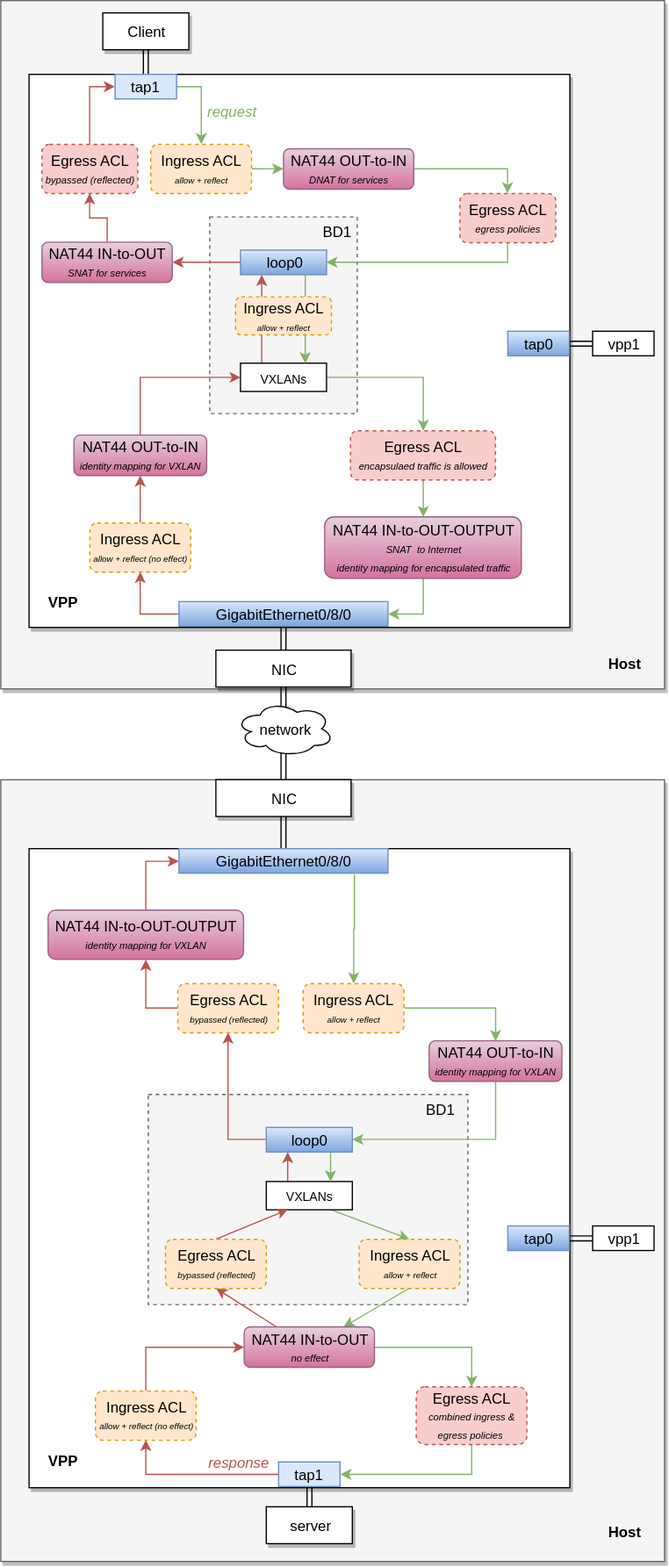
Before: docs/dev-guide/pod-to-pod-on-another-node.svg, a diagram exported from draw.io (contiv/vpp). Source tidied: cells renumbered, new cells last; positions are measured from the earlier drawing's top-left corner, leaving out a move shared by most shapes.
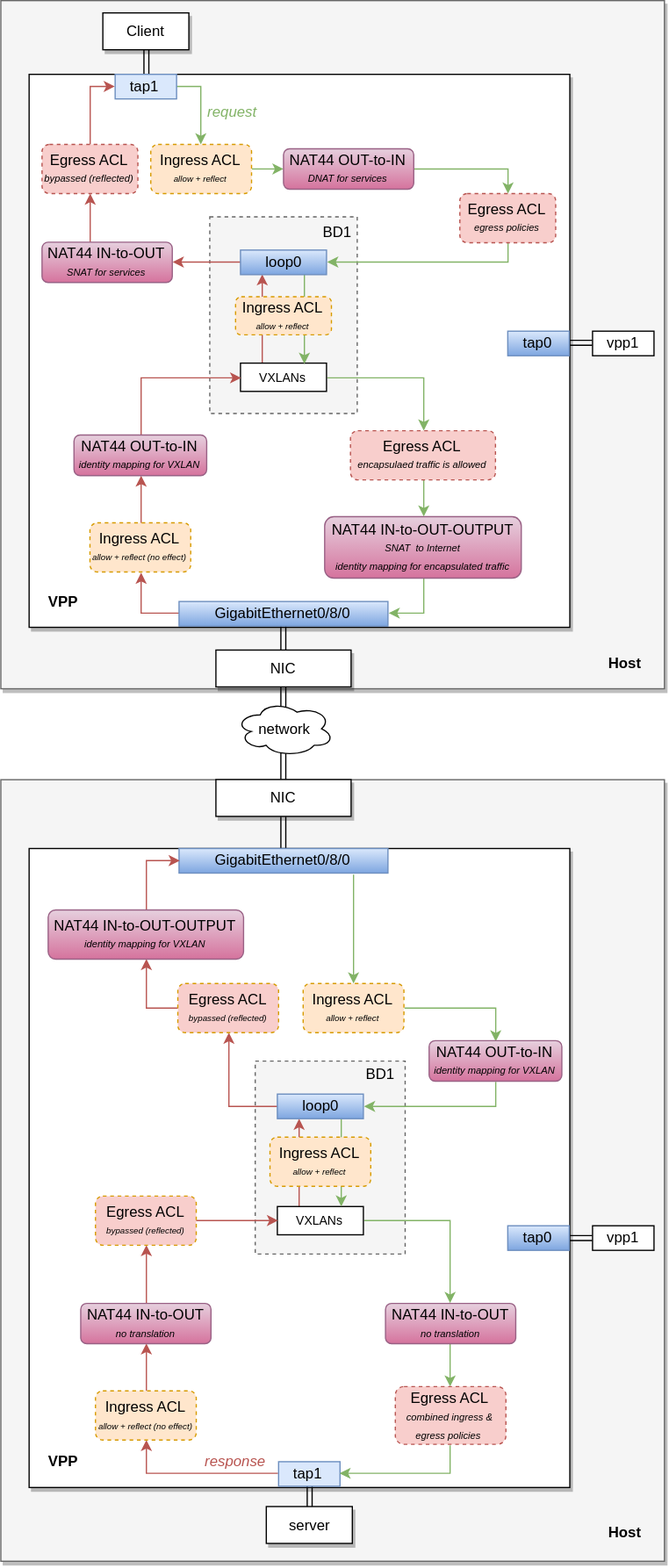
Above is the later version.

The edit, as a diff of the source:
```diff
@@ -9,7 +9,7 @@
       <mxGeometry x="23" y="690" width="440" height="520" as="geometry" />
     </mxCell>
     <mxCell id="4" style="rounded=0;whiteSpace=wrap;html=1;shadow=0;fillColor=#f5f5f5;strokeColor=#666666;dashed=1;" parent="1" vertex="1">
-      <mxGeometry x="120" y="890" width="260" height="171" as="geometry" />
+      <mxGeometry x="207" y="863" width="122" height="157" as="geometry" />
     </mxCell>
     <mxCell id="5" style="rounded=0;whiteSpace=wrap;html=1;fillColor=#f5f5f5;strokeColor=#666666;shadow=1;" parent="1" vertex="1">
       <mxGeometry width="540" height="560" as="geometry" />
@@ -183,67 +183,64 @@
     <mxCell id="60" value="&lt;span&gt;NAT44 OUT-to-IN&lt;br&gt;&lt;i&gt;&lt;font style=&quot;font-size: 8px&quot;&gt;identity mapping for VXLAN&lt;/font&gt;&lt;/i&gt;&lt;br&gt;&lt;/span&gt;" style="rounded=1;whiteSpace=wrap;html=1;fillColor=#e6d0de;strokeColor=#996185;gradientColor=#d5739d;" parent="1" vertex="1">
       <mxGeometry x="348.5" y="846.4" width="108" height="33" as="geometry" />
     </mxCell>
-    <mxCell id="61" style="edgeStyle=none;rounded=0;html=1;exitX=0.75;exitY=1;entryX=0.5;entryY=0;jettySize=auto;fillColor=#d5e8d4;strokeColor=#82b366;gradientColor=#97d077;" parent="1" edge="1" source="63" target="69">
-      <mxGeometry relative="1" as="geometry" />
-    </mxCell>
-    <mxCell id="62" style="edgeStyle=none;rounded=0;html=1;exitX=0.25;exitY=0;entryX=0.25;entryY=1;jettySize=auto;fillColor=#f8cecc;strokeColor=#b85450;gradientColor=#ea6b66;" parent="1" edge="1" source="63" target="66">
+    <mxCell id="62" style="edgeStyle=orthogonalEdgeStyle;rounded=0;html=1;exitX=0.25;exitY=0;entryX=0.25;entryY=1;jettySize=auto;fillColor=#f8cecc;strokeColor=#b85450;" parent="1" edge="1" source="63" target="66">
       <mxGeometry relative="1" as="geometry" />
     </mxCell>
+    <mxCell id="90" style="edgeStyle=orthogonalEdgeStyle;rounded=0;html=1;exitX=1;exitY=0.5;entryX=0.5;entryY=0;jettySize=auto;fillColor=#d5e8d4;strokeColor=#82b366;" parent="1" edge="1" source="63" target="72">
+      <mxGeometry relative="1" as="geometry" />
+    </mxCell>
     <mxCell id="63" value="&lt;font style=&quot;font-size: 10px&quot;&gt;VXLANs&lt;/font&gt;" style="rounded=0;whiteSpace=wrap;html=1;shadow=0;fillColor=#ffffff;strokeColor=#000000;" parent="1" vertex="1">
-      <mxGeometry x="216" y="960.9" width="70" height="23" as="geometry" />
+      <mxGeometry x="225" y="981.4" width="70" height="23" as="geometry" />
     </mxCell>
+    <mxCell id="65" style="edgeStyle=orthogonalEdgeStyle;rounded=0;html=1;exitX=0;exitY=0.5;entryX=0.5;entryY=1;jettySize=auto;fillColor=#f8cecc;strokeColor=#b85450;gradientColor=#ea6b66;" parent="1" edge="1" source="66" target="81">
+      <mxGeometry relative="1" as="geometry" />
+    </mxCell>
-    <mxCell id="64" style="edgeStyle=none;rounded=0;html=1;exitX=0.75;exitY=1;entryX=0.75;entryY=0;jettySize=auto;fillColor=#d5e8d4;strokeColor=#82b366;gradientColor=#97d077;" parent="1" edge="1" source="66" target="63">
+    <mxCell id="64" style="edgeStyle=orthogonalEdgeStyle;rounded=0;html=1;exitX=0.75;exitY=1;entryX=0.75;entryY=0;jettySize=auto;fillColor=#d5e8d4;strokeColor=#82b366;" parent="1" edge="1" source="66" target="63">
       <mxGeometry relative="1" as="geometry" />
     </mxCell>
-    <mxCell id="65" style="edgeStyle=orthogonalEdgeStyle;rounded=0;html=1;exitX=0;exitY=0.5;entryX=0.5;entryY=1;jettySize=auto;fillColor=#f8cecc;strokeColor=#b85450;gradientColor=#ea6b66;" parent="1" edge="1" source="66" target="81">
-      <mxGeometry relative="1" as="geometry" />
-    </mxCell>
     <mxCell id="66" value="loop0" style="rounded=0;whiteSpace=wrap;html=1;shadow=0;fillColor=#dae8fc;strokeColor=#6c8ebf;gradientColor=#7ea6e0;" parent="1" vertex="1">
-      <mxGeometry x="216" y="916.9" width="70" height="20" as="geometry" />
+      <mxGeometry x="225" y="889.9" width="70" height="20" as="geometry" />
     </mxCell>
     <mxCell id="67" value="BD1" style="text;html=1;strokeColor=none;fillColor=none;align=center;verticalAlign=middle;whiteSpace=wrap;rounded=0;shadow=0;" parent="1" vertex="1">
-      <mxGeometry x="338" y="891.9" width="40" height="20" as="geometry" />
+      <mxGeometry x="289" y="862.9" width="40" height="20" as="geometry" />
     </mxCell>
-    <mxCell id="68" style="rounded=0;html=1;exitX=0.5;exitY=1;jettySize=auto;fillColor=#d5e8d4;strokeColor=#82b366;gradientColor=#97d077;" parent="1" edge="1" source="69" target="72">
-      <mxGeometry relative="1" as="geometry" />
-    </mxCell>
     <mxCell id="69" value="Ingress ACL&lt;br&gt;&lt;span&gt;&lt;i&gt;&lt;font style=&quot;font-size: 7px&quot;&gt;allow + reflect&lt;/font&gt;&lt;/i&gt;&lt;/span&gt;&lt;br&gt;" style="rounded=1;whiteSpace=wrap;html=1;shadow=0;dashed=1;fillColor=#ffe6cc;strokeColor=#d79b00;" parent="1" vertex="1">
-      <mxGeometry x="291.5" y="1007.9" width="82" height="40" as="geometry" />
+      <mxGeometry x="219" y="924.9" width="82" height="40" as="geometry" />
     </mxCell>
-    <mxCell id="70" style="edgeStyle=orthogonalEdgeStyle;rounded=0;html=1;exitX=1;exitY=0.5;jettySize=auto;fillColor=#d5e8d4;strokeColor=#82b366;gradientColor=#97d077;" parent="1" edge="1" source="72" target="74">
+    <mxCell id="70" style="edgeStyle=orthogonalEdgeStyle;rounded=0;html=1;exitX=0.5;exitY=1;jettySize=auto;fillColor=#d5e8d4;strokeColor=#82b366;" parent="1" edge="1" source="72" target="74">
       <mxGeometry relative="1" as="geometry" />
     </mxCell>
-    <mxCell id="71" style="edgeStyle=none;rounded=0;html=1;exitX=0.25;exitY=0;entryX=0.5;entryY=1;jettySize=auto;fillColor=#f8cecc;strokeColor=#b85450;gradientColor=#ea6b66;" parent="1" edge="1" source="72" target="79">
-      <mxGeometry relative="1" as="geometry" />
-    </mxCell>
-    <mxCell id="72" value="&lt;span&gt;NAT44 IN-to-OUT&lt;br&gt;&lt;i&gt;&lt;font style=&quot;font-size: 8px&quot;&gt;no effect&lt;/font&gt;&lt;/i&gt;&lt;br&gt;&lt;/span&gt;" style="rounded=1;whiteSpace=wrap;html=1;fillColor=#e6d0de;strokeColor=#996185;gradientColor=#d5739d;" parent="1" vertex="1">
-      <mxGeometry x="198" y="1079.2" width="106" height="32.8" as="geometry" />
+    <mxCell id="72" value="&lt;span&gt;NAT44 IN-to-OUT&lt;br&gt;&lt;i&gt;&lt;font style=&quot;font-size: 8px&quot;&gt;no translation&lt;/font&gt;&lt;/i&gt;&lt;br&gt;&lt;/span&gt;" style="rounded=1;whiteSpace=wrap;html=1;fillColor=#e6d0de;strokeColor=#996185;gradientColor=#d5739d;" parent="1" vertex="1">
+      <mxGeometry x="313" y="1060.2" width="106" height="32.8" as="geometry" />
     </mxCell>
     <mxCell id="73" style="edgeStyle=orthogonalEdgeStyle;rounded=0;html=1;exitX=0.5;exitY=1;entryX=1;entryY=0.5;jettySize=auto;fillColor=#d5e8d4;strokeColor=#82b366;gradientColor=#97d077;" parent="1" edge="1" source="74" target="51">
       <mxGeometry relative="1" as="geometry" />
     </mxCell>
     <mxCell id="74" value="Egress ACL&lt;br&gt;&lt;i&gt;&lt;font style=&quot;font-size: 8px&quot;&gt;combined ingress &amp;amp; egress policies&amp;nbsp;&lt;/font&gt;&lt;/i&gt;&lt;br&gt;" style="rounded=1;whiteSpace=wrap;html=1;shadow=0;dashed=1;fillColor=#f8cecc;strokeColor=#b85450;" parent="1" vertex="1">
-      <mxGeometry x="338" y="1127.9" width="90" height="47" as="geometry" />
+      <mxGeometry x="321" y="1127.9" width="90" height="47" as="geometry" />
     </mxCell>
-    <mxCell id="75" style="edgeStyle=orthogonalEdgeStyle;rounded=0;html=1;exitX=0.5;exitY=0;entryX=0;entryY=0.5;jettySize=auto;fillColor=#f8cecc;strokeColor=#b85450;gradientColor=#ea6b66;" parent="1" edge="1" source="76" target="72">
-      <mxGeometry relative="1" as="geometry" />
-    </mxCell>
+    <mxCell id="91" style="edgeStyle=orthogonalEdgeStyle;rounded=0;html=1;exitX=0.5;exitY=0;entryX=0.5;entryY=1;jettySize=auto;fillColor=#f8cecc;strokeColor=#b85450;" parent="1" edge="1" source="76" target="93">
+      <mxGeometry relative="1" as="geometry" />
+    </mxCell>
     <mxCell id="76" value="Ingress ACL&lt;br&gt;&lt;span&gt;&lt;i&gt;&lt;font style=&quot;font-size: 7px&quot;&gt;allow + reflect (no effect)&lt;/font&gt;&lt;/i&gt;&lt;/span&gt;&lt;br&gt;" style="rounded=1;whiteSpace=wrap;html=1;shadow=0;dashed=1;fillColor=#ffe6cc;strokeColor=#d79b00;" parent="1" vertex="1">
       <mxGeometry x="77" y="1131.4" width="82" height="40" as="geometry" />
     </mxCell>
     <mxCell id="77" value="&lt;i&gt;&lt;font color=&quot;#b85450&quot;&gt;response&lt;/font&gt;&lt;/i&gt;&lt;br&gt;" style="text;html=1;strokeColor=none;fillColor=none;align=center;verticalAlign=middle;whiteSpace=wrap;rounded=0;dashed=1;" parent="1" vertex="1">
-      <mxGeometry x="173.5" y="1178.8" width="40" height="20" as="geometry" />
+      <mxGeometry x="170.5" y="1177.8" width="40" height="20" as="geometry" />
     </mxCell>
-    <mxCell id="78" style="edgeStyle=none;rounded=0;html=1;exitX=0.5;exitY=0;entryX=0.25;entryY=1;jettySize=auto;fillColor=#f8cecc;strokeColor=#b85450;gradientColor=#ea6b66;" parent="1" edge="1" source="79" target="63">
+    <mxCell id="78" style="edgeStyle=orthogonalEdgeStyle;rounded=0;html=1;exitX=1;exitY=0.5;entryX=0;entryY=0.5;jettySize=auto;fillColor=#f8cecc;strokeColor=#b85450;" parent="1" edge="1" source="79" target="63">
       <mxGeometry relative="1" as="geometry" />
     </mxCell>
+    <mxCell id="92" style="edgeStyle=orthogonalEdgeStyle;rounded=0;html=1;exitX=0.5;exitY=0;entryX=0.5;entryY=1;jettySize=auto;fillColor=#f8cecc;strokeColor=#b85450;" parent="1" edge="1" source="93" target="79">
+      <mxGeometry relative="1" as="geometry" />
+    </mxCell>
-    <mxCell id="79" value="Egress ACL&lt;br&gt;&lt;span&gt;&lt;i&gt;&lt;font style=&quot;font-size: 7px&quot;&gt;bypassed (reflected)&lt;/font&gt;&lt;/i&gt;&lt;/span&gt;&lt;br&gt;" style="rounded=1;whiteSpace=wrap;html=1;shadow=0;dashed=1;fillColor=#ffe6cc;strokeColor=#d79b00;" parent="1" vertex="1">
-      <mxGeometry x="134" y="1007.9" width="82" height="40" as="geometry" />
+    <mxCell id="79" value="Egress ACL&lt;br&gt;&lt;span&gt;&lt;i&gt;&lt;font style=&quot;font-size: 7px&quot;&gt;bypassed (reflected)&lt;/font&gt;&lt;/i&gt;&lt;/span&gt;&lt;br&gt;" style="rounded=1;whiteSpace=wrap;html=1;shadow=0;dashed=1;fillColor=#F8CECC;strokeColor=#d79b00;" parent="1" vertex="1">
+      <mxGeometry x="77" y="972.9" width="82" height="40" as="geometry" />
     </mxCell>
     <mxCell id="80" style="edgeStyle=orthogonalEdgeStyle;rounded=0;html=1;exitX=0;exitY=0.5;entryX=0.5;entryY=1;jettySize=auto;fillColor=#f8cecc;strokeColor=#b85450;gradientColor=#ea6b66;" parent="1" edge="1" source="81" target="83">
       <mxGeometry relative="1" as="geometry" />
     </mxCell>
-    <mxCell id="81" value="Egress ACL&lt;br&gt;&lt;span&gt;&lt;i&gt;&lt;font style=&quot;font-size: 7px&quot;&gt;bypassed (reflected)&lt;/font&gt;&lt;/i&gt;&lt;/span&gt;&lt;br&gt;" style="rounded=1;whiteSpace=wrap;html=1;shadow=0;dashed=1;fillColor=#ffe6cc;strokeColor=#d79b00;" parent="1" vertex="1">
+    <mxCell id="81" value="Egress ACL&lt;br&gt;&lt;span&gt;&lt;i&gt;&lt;font style=&quot;font-size: 7px&quot;&gt;bypassed (reflected)&lt;/font&gt;&lt;/i&gt;&lt;/span&gt;&lt;br&gt;" style="rounded=1;whiteSpace=wrap;html=1;shadow=0;dashed=1;fillColor=#F8CECC;strokeColor=#d79b00;" parent="1" vertex="1">
       <mxGeometry x="144" y="799.9" width="82" height="40" as="geometry" />
     </mxCell>
     <mxCell id="82" style="edgeStyle=orthogonalEdgeStyle;rounded=0;html=1;exitX=0.5;exitY=0;entryX=0;entryY=0.5;jettySize=auto;fillColor=#f8cecc;strokeColor=#b85450;gradientColor=#ea6b66;" parent="1" edge="1" source="83" target="46">
@@ -264,11 +261,17 @@
     <mxCell id="87" value="&lt;span&gt;NAT44 OUT-to-IN&lt;br&gt;&lt;i&gt;&lt;font style=&quot;font-size: 8px&quot;&gt;identity mapping for VXLAN&lt;/font&gt;&lt;/i&gt;&lt;br&gt;&lt;/span&gt;" style="rounded=1;whiteSpace=wrap;html=1;fillColor=#e6d0de;strokeColor=#996185;gradientColor=#d5739d;" parent="1" vertex="1">
       <mxGeometry x="59.5" y="353.5" width="108" height="33" as="geometry" />
     </mxCell>
-    <mxCell id="88" style="edgeStyle=orthogonalEdgeStyle;rounded=0;html=1;exitX=0.5;exitY=0;entryX=0.5;entryY=1;jettySize=auto;fillColor=#f8cecc;strokeColor=#b85450;gradientColor=#ea6b66;" parent="1" edge="1" source="89" target="25">
+    <mxCell id="88" style="edgeStyle=orthogonalEdgeStyle;rounded=0;html=1;exitX=0.369;exitY=0.055;entryX=0.5;entryY=1;jettySize=auto;fillColor=#f8cecc;strokeColor=#b85450;gradientColor=#ea6b66;exitPerimeter=0;" parent="1" edge="1" source="89" target="25">
       <mxGeometry relative="1" as="geometry" />
     </mxCell>
     <mxCell id="89" value="&lt;span&gt;NAT44 IN-to-OUT&lt;br&gt;&lt;i&gt;&lt;font style=&quot;font-size: 8px&quot;&gt;SNAT for services&lt;/font&gt;&lt;/i&gt;&lt;br&gt;&lt;/span&gt;" style="rounded=1;whiteSpace=wrap;html=1;fillColor=#e6d0de;strokeColor=#996185;gradientColor=#d5739d;" parent="1" vertex="1">
       <mxGeometry x="33.5" y="196.6" width="106" height="32.8" as="geometry" />
     </mxCell>
+    <mxCell id="93" value="&lt;span&gt;NAT44 IN-to-OUT&lt;br&gt;&lt;i&gt;&lt;font style=&quot;font-size: 8px&quot;&gt;no translation&lt;/font&gt;&lt;/i&gt;&lt;br&gt;&lt;/span&gt;" style="rounded=1;whiteSpace=wrap;html=1;fillColor=#e6d0de;strokeColor=#996185;gradientColor=#d5739d;" parent="1" vertex="1">
+      <mxGeometry x="65" y="1060.2" width="106" height="32.8" as="geometry" />
+    </mxCell>
+    <mxCell id="94" style="edgeStyle=orthogonalEdgeStyle;rounded=0;html=1;exitX=0.5;exitY=1;entryX=0.5;entryY=1;jettySize=auto;orthogonalLoop=1;" parent="1" edge="1" source="93" target="93">
+      <mxGeometry relative="1" as="geometry" />
+    </mxCell>
   </root>
 </mxGraphModel>
```
